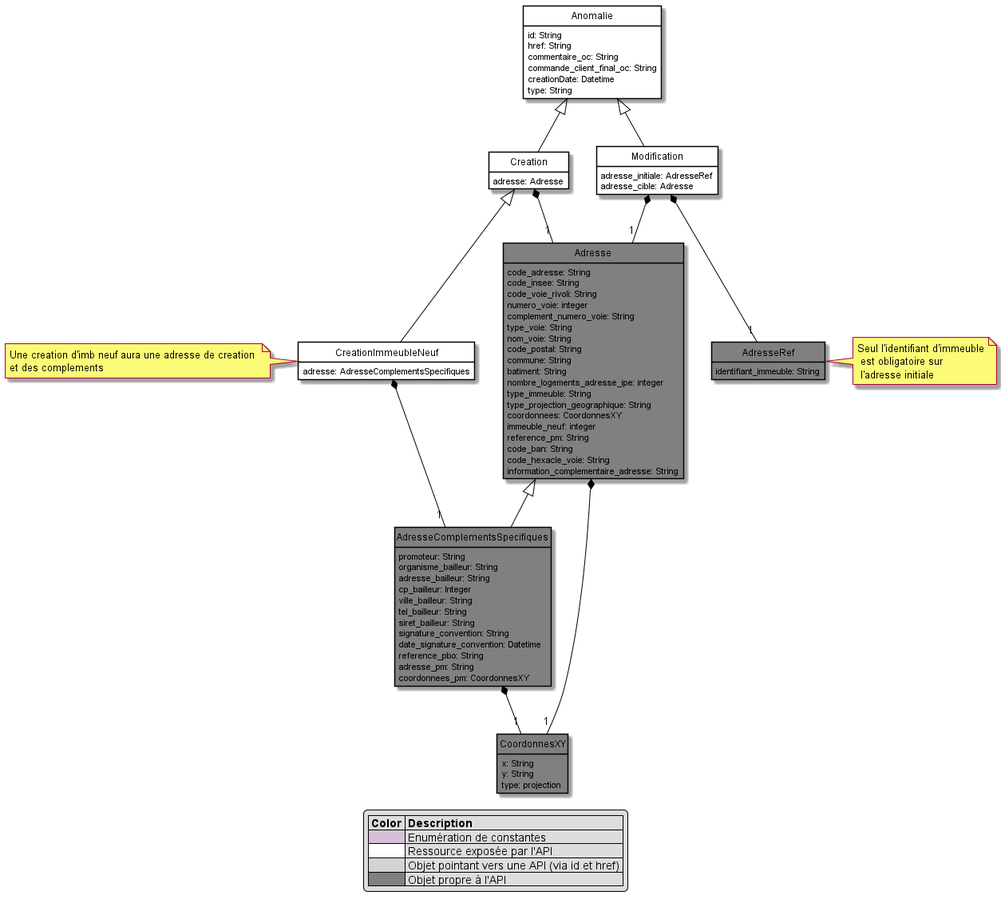
This is image/model.png from before-interop/anomalieAdresse, a PlantUML export, as it was before one commit.
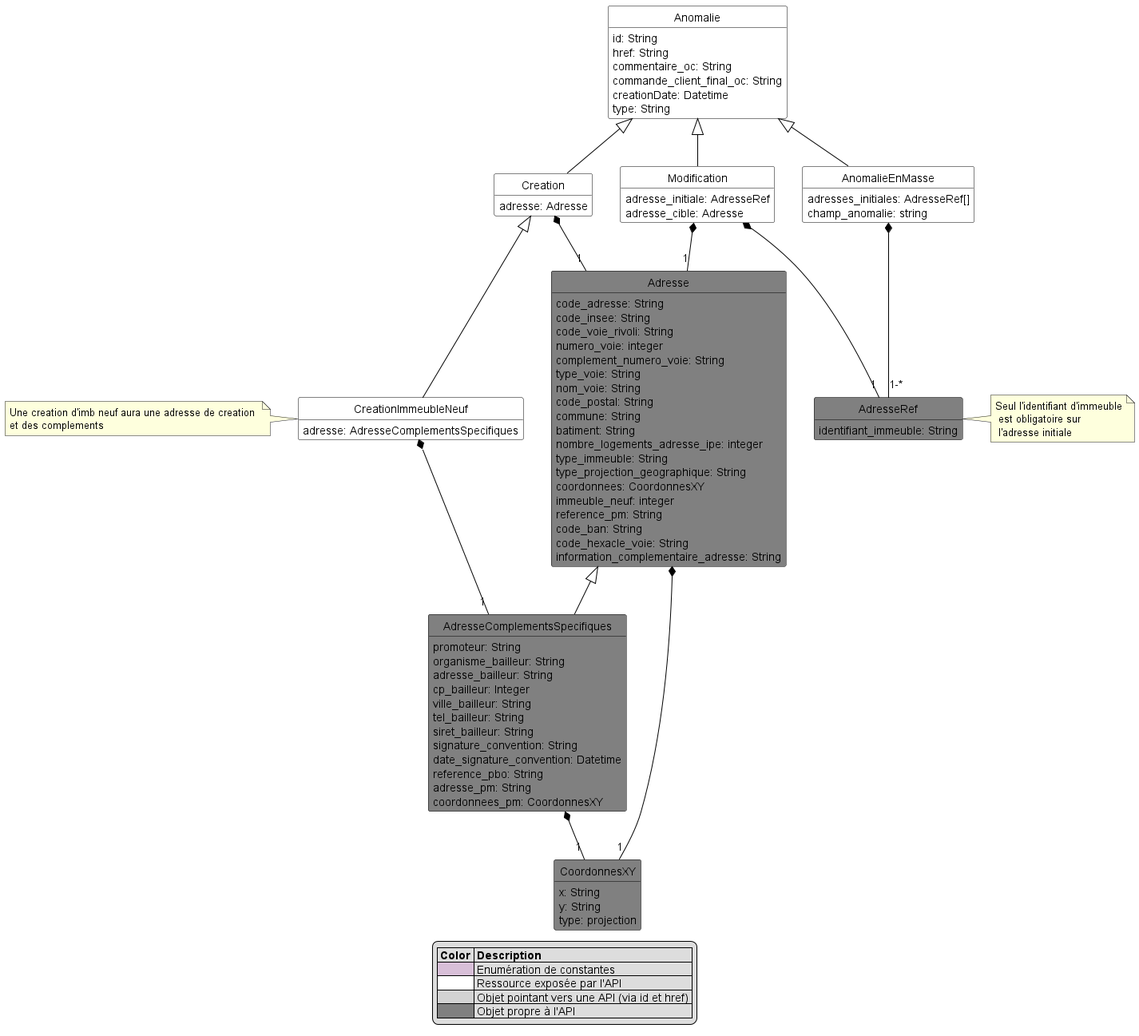
Above is the later version.

Commit message:
ajout class Anomalie en masse

What changed in the source:
```diff
@@ -38,9 +38,15 @@
     adresse_initiale: AdresseRef
     adresse_cible: Adresse
 }
+class AnomalieEnMasse <<Pivot>> {
+    adresses_initiales: AdresseRef[]
+    champ_anomalie: string
+}
 Anomalie <|-- Modification
+Anomalie <|-- AnomalieEnMasse
 Modification *-- "1" Adresse
 Modification *-- "1" AdresseRef
+AnomalieEnMasse *-- "1-*" AdresseRef
 
 class Adresse {
     code_adresse: String
```
